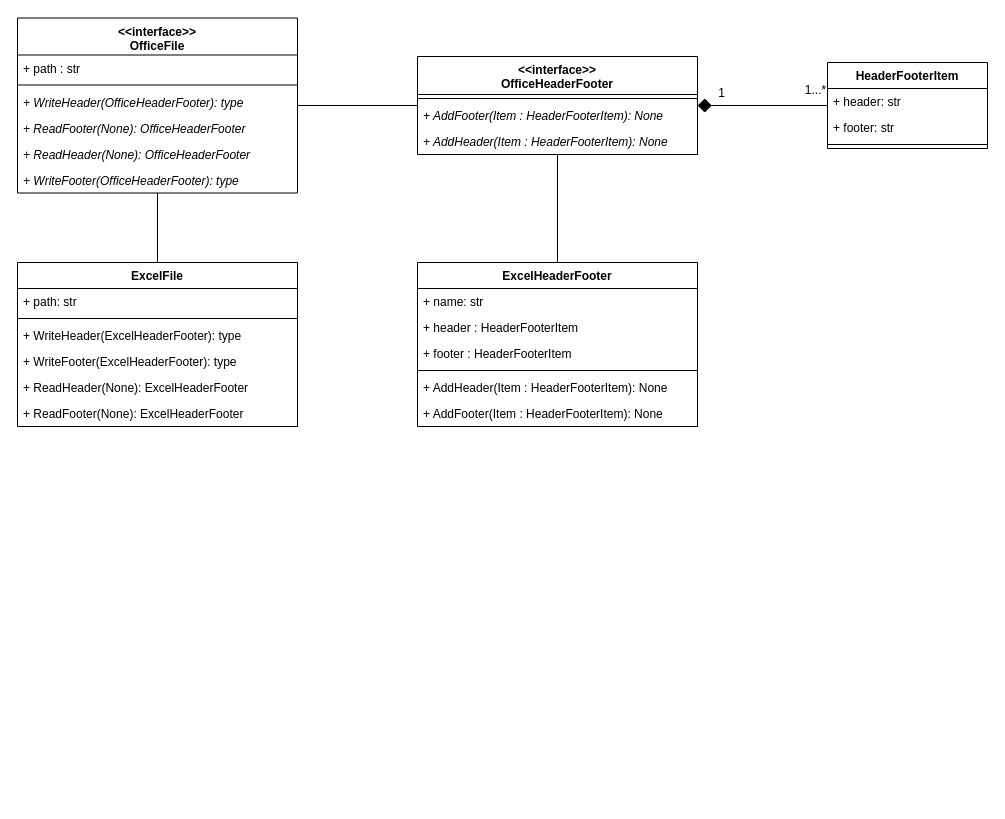
CountrySideEngineer/PythonDeOffice keeps this draw.io diagram as page "Class diagram2" (3 of 3) of doc/design/design.drawio. Above is the earlier version. Source tidied: cells renumbered, new cells numbered last; positions are measured from the earlier drawing's top-left corner, leaving out a move shared by most shapes. Both pictures are drawn from the tidied source at 100%, with x=0, y=0 at pixel (17, 18).
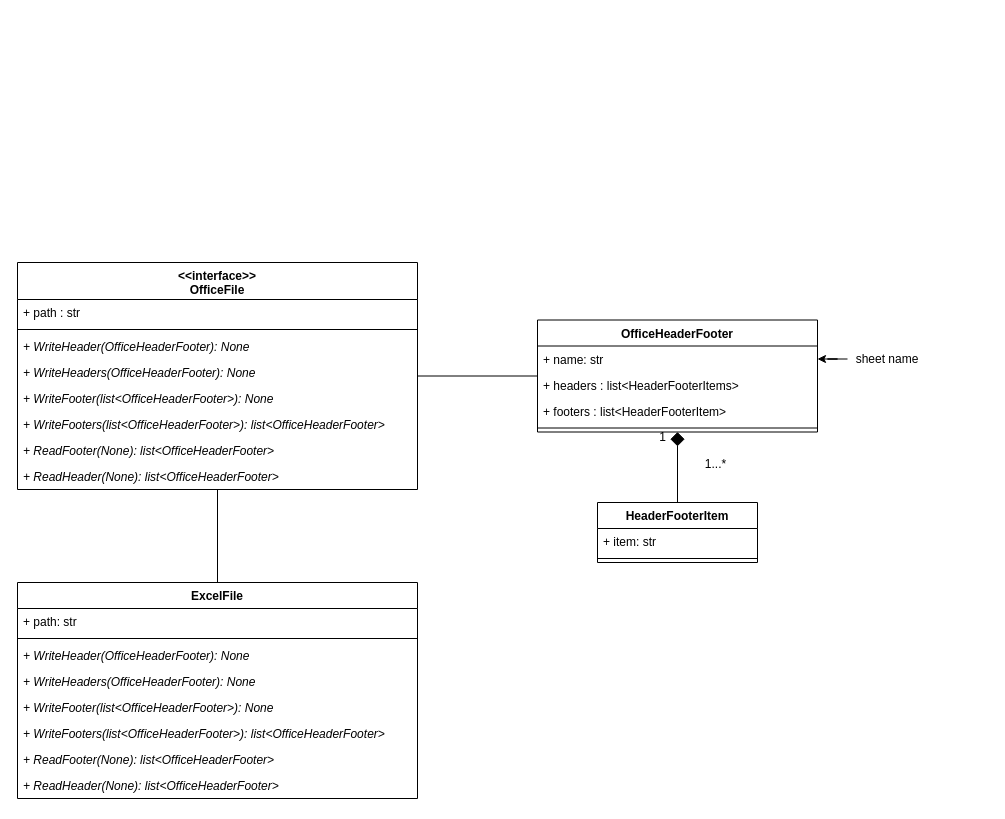
The same diagram, later.

The change refers to these unchanged cells:
```xml
<mxCell id="15" value="+ name: str" style="text;strokeColor=none;fillColor=none;align=left;verticalAlign=top;spacingLeft=4;spacingRight=4;overflow=hidden;points=[[0,0.5],[1,0.5]];portConstraint=eastwest;" parent="14" vertex="1">
  <mxGeometry y="26" width="280" height="26" as="geometry" />
</mxCell>
```

What changed in the source:
```diff
@@
     <mxCell id="3" value="ExcelFile" style="swimlane;fontStyle=1;align=center;verticalAlign=top;horizontal=1;startSize=26;" parent="1" vertex="1">
-      <mxGeometry y="244" width="280" height="164" as="geometry" />
+      <mxGeometry y="564" width="400" height="216" as="geometry" />
     </mxCell>
     <mxCell id="4" value="+ path: str" style="text;strokeColor=none;fillColor=none;align=left;verticalAlign=top;spacingLeft=4;spacingRight=4;overflow=hidden;" parent="3" vertex="1">
-      <mxGeometry y="26" width="280" height="26" as="geometry" />
+      <mxGeometry y="26" width="400" height="26" as="geometry" />
     </mxCell>
-    <mxCell id="5" style="line;strokeWidth=1;fillColor=none;align=left;verticalAlign=middle;spacingTop=-1;spacingLeft=3;spacingRight=3;labelPosition=right;" parent="3" vertex="1">
-      <mxGeometry y="52" width="280" height="8" as="geometry" />
-    </mxCell>
-    <mxCell id="6" value="+ WriteHeader(ExcelHeaderFooter): type" style="text;strokeColor=none;fillColor=none;align=left;verticalAlign=top;spacingLeft=4;spacingRight=4;overflow=hidden;" parent="3" vertex="1">
-      <mxGeometry y="60" width="280" height="26" as="geometry" />
-    </mxCell>
-    <mxCell id="7" value="+ WriteFooter(ExcelHeaderFooter): type" style="text;strokeColor=none;fillColor=none;align=left;verticalAlign=top;spacingLeft=4;spacingRight=4;overflow=hidden;" parent="3" vertex="1">
-      <mxGeometry y="86" width="280" height="26" as="geometry" />
-    </mxCell>
-    <mxCell id="8" value="+ ReadHeader(None): ExcelHeaderFooter" style="text;strokeColor=none;fillColor=none;align=left;verticalAlign=top;spacingLeft=4;spacingRight=4;overflow=hidden;" parent="3" vertex="1">
-      <mxGeometry y="112" width="280" height="26" as="geometry" />
-    </mxCell>
-    <mxCell id="9" value="+ ReadFooter(None): ExcelHeaderFooter" style="text;strokeColor=none;fillColor=none;align=left;verticalAlign=top;spacingLeft=4;spacingRight=4;overflow=hidden;" parent="3" vertex="1">
-      <mxGeometry y="138" width="280" height="26" as="geometry" />
-    </mxCell>
+    <mxCell id="37" style="line;strokeWidth=1;fillColor=none;align=left;verticalAlign=middle;spacingTop=-1;spacingLeft=3;spacingRight=3;labelPosition=right;" parent="3" vertex="1">
+      <mxGeometry y="52" width="400" height="8" as="geometry" />
+    </mxCell>
+    <mxCell id="38" value="+ WriteHeader(OfficeHeaderFooter): None" style="text;strokeColor=none;fillColor=none;align=left;verticalAlign=top;spacingLeft=4;spacingRight=4;overflow=hidden;fontStyle=2;" parent="3" vertex="1">
+      <mxGeometry y="60" width="400" height="26" as="geometry" />
+    </mxCell>
+    <mxCell id="39" value="+ WriteHeaders(OfficeHeaderFooter): None" style="text;strokeColor=none;fillColor=none;align=left;verticalAlign=top;spacingLeft=4;spacingRight=4;overflow=hidden;fontStyle=2;" parent="3" vertex="1">
+      <mxGeometry y="86" width="400" height="26" as="geometry" />
+    </mxCell>
+    <mxCell id="40" value="+ WriteFooter(list&lt;OfficeHeaderFooter&gt;): None" style="text;strokeColor=none;fillColor=none;align=left;verticalAlign=top;spacingLeft=4;spacingRight=4;overflow=hidden;fontStyle=2;" parent="3" vertex="1">
+      <mxGeometry y="112" width="400" height="26" as="geometry" />
+    </mxCell>
+    <mxCell id="41" value="+ WriteFooters(list&lt;OfficeHeaderFooter&gt;): list&lt;OfficeHeaderFooter&gt;" style="text;strokeColor=none;fillColor=none;align=left;verticalAlign=top;spacingLeft=4;spacingRight=4;overflow=hidden;fontStyle=2;" parent="3" vertex="1">
+      <mxGeometry y="138" width="400" height="26" as="geometry" />
+    </mxCell>
+    <mxCell id="42" value="+ ReadFooter(None): list&lt;OfficeHeaderFooter&gt;" style="text;strokeColor=none;fillColor=none;align=left;verticalAlign=top;spacingLeft=4;spacingRight=4;overflow=hidden;fontStyle=2;" parent="3" vertex="1">
+      <mxGeometry y="164" width="400" height="26" as="geometry" />
+    </mxCell>
+    <mxCell id="43" value="+ ReadHeader(None): list&lt;OfficeHeaderFooter&gt;" style="text;strokeColor=none;fillColor=none;align=left;verticalAlign=top;spacingLeft=4;spacingRight=4;overflow=hidden;fontStyle=2;" parent="3" vertex="1">
+      <mxGeometry y="190" width="400" height="26" as="geometry" />
+    </mxCell>
-    <mxCell id="10" style="edgeStyle=none;rounded=0;jettySize=auto;html=1;startArrow=diamond;startFill=1;startSize=12;endArrow=none;endFill=0;endSize=6;" parent="1" edge="1" source="33" target="21">
+    <mxCell id="10" style="edgeStyle=none;rounded=0;jettySize=auto;html=1;startArrow=diamond;startFill=1;startSize=12;endArrow=none;endFill=0;endSize=6;" parent="1" edge="1" source="14" target="21">
       <mxGeometry relative="1" as="geometry" />
     </mxCell>
@@
-    <mxCell id="13" style="edgeStyle=none;rounded=0;jettySize=auto;html=1;startArrow=none;startFill=0;startSize=12;endArrow=none;endFill=0;endSize=6;" parent="1" edge="1" source="14" target="33">
+    <mxCell id="13" style="edgeStyle=none;rounded=0;jettySize=auto;html=1;startArrow=none;startFill=0;startSize=12;endArrow=none;endFill=0;endSize=6;" parent="1" edge="1" source="14" target="26">
       <mxGeometry relative="1" as="geometry" />
     </mxCell>
-    <mxCell id="14" value="ExcelHeaderFooter" style="swimlane;fontStyle=1;align=center;verticalAlign=top;horizontal=1;startSize=26;" parent="1" vertex="1">
-      <mxGeometry x="400" y="244" width="280" height="164" as="geometry" />
+    <mxCell id="14" value="OfficeHeaderFooter" style="swimlane;fontStyle=1;align=center;verticalAlign=top;horizontal=1;startSize=26;" parent="1" vertex="1">
+      <mxGeometry x="520" y="301.5" width="280" height="112" as="geometry" />
     </mxCell>
@@
-    <mxCell id="16" value="+ header : HeaderFooterItem" style="text;strokeColor=none;fillColor=none;align=left;verticalAlign=top;spacingLeft=4;spacingRight=4;overflow=hidden;" parent="14" vertex="1">
+    <mxCell id="16" value="+ headers : list&lt;HeaderFooterItems&gt;" style="text;strokeColor=none;fillColor=none;align=left;verticalAlign=top;spacingLeft=4;spacingRight=4;overflow=hidden;" parent="14" vertex="1">
       <mxGeometry y="52" width="280" height="26" as="geometry" />
     </mxCell>
-    <mxCell id="17" value="+ footer : HeaderFooterItem" style="text;strokeColor=none;fillColor=none;align=left;verticalAlign=top;spacingLeft=4;spacingRight=4;overflow=hidden;" parent="14" vertex="1">
+    <mxCell id="17" value="+ footers : list&lt;HeaderFooterItem&gt;" style="text;strokeColor=none;fillColor=none;align=left;verticalAlign=top;spacingLeft=4;spacingRight=4;overflow=hidden;" parent="14" vertex="1">
       <mxGeometry y="78" width="280" height="26" as="geometry" />
     </mxCell>
@@
-    <mxCell id="19" value="+ AddHeader(Item : HeaderFooterItem): None" style="text;strokeColor=none;fillColor=none;align=left;verticalAlign=top;spacingLeft=4;spacingRight=4;overflow=hidden;" parent="14" vertex="1">
-      <mxGeometry y="112" width="280" height="26" as="geometry" />
-    </mxCell>
-    <mxCell id="20" value="+ AddFooter(Item : HeaderFooterItem): None" style="text;strokeColor=none;fillColor=none;align=left;verticalAlign=top;spacingLeft=4;spacingRight=4;overflow=hidden;" parent="14" vertex="1">
-      <mxGeometry y="138" width="280" height="26" as="geometry" />
-    </mxCell>
     <mxCell id="21" value="HeaderFooterItem" style="swimlane;fontStyle=1;align=center;verticalAlign=top;horizontal=1;startSize=26;" parent="1" vertex="1">
-      <mxGeometry x="810" y="44" width="160" height="86" as="geometry" />
+      <mxGeometry x="580" y="484" width="160" height="60" as="geometry" />
     </mxCell>
-    <mxCell id="22" value="+ header: str" style="text;strokeColor=none;fillColor=none;align=left;verticalAlign=top;spacingLeft=4;spacingRight=4;overflow=hidden;" parent="21" vertex="1">
-      <mxGeometry y="26" width="160" height="26" as="geometry" />
-    </mxCell>
-    <mxCell id="23" value="+ footer: str" style="text;strokeColor=none;fillColor=none;align=left;verticalAlign=top;spacingLeft=4;spacingRight=4;overflow=hidden;" parent="21" vertex="1">
-      <mxGeometry y="52" width="160" height="26" as="geometry" />
+    <mxCell id="23" value="+ item: str" style="text;strokeColor=none;fillColor=none;align=left;verticalAlign=top;spacingLeft=4;spacingRight=4;overflow=hidden;" parent="21" vertex="1">
+      <mxGeometry y="26" width="160" height="26" as="geometry" />
     </mxCell>
     <mxCell id="24" style="line;strokeWidth=1;fillColor=none;align=left;verticalAlign=middle;spacingTop=-1;spacingLeft=3;spacingRight=3;labelPosition=right;" parent="21" vertex="1">
-      <mxGeometry y="78" width="160" height="8" as="geometry" />
+      <mxGeometry y="52" width="160" height="8" as="geometry" />
     </mxCell>
-    <mxCell id="25" style="edgeStyle=none;rounded=0;jettySize=auto;html=1;startArrow=none;startFill=0;startSize=12;endArrow=none;endFill=0;endSize=6;" parent="1" edge="1" source="26" target="33">
-      <mxGeometry relative="1" as="geometry" />
-    </mxCell>
     <mxCell id="26" value="&lt;&lt;interface&gt;&gt;&#10;OfficeFile" style="swimlane;fontStyle=1;align=center;verticalAlign=top;horizontal=1;startSize=37;" parent="1" vertex="1">
-      <mxGeometry y="-0.5" width="280" height="175" as="geometry" />
+      <mxGeometry y="244" width="400" height="227" as="geometry" />
     </mxCell>
     <mxCell id="27" value="+ path : str" style="text;strokeColor=none;fillColor=none;align=left;verticalAlign=top;spacingLeft=4;spacingRight=4;overflow=hidden;" parent="26" vertex="1">
-      <mxGeometry y="37" width="280" height="26" as="geometry" />
+      <mxGeometry y="37" width="400" height="26" as="geometry" />
     </mxCell>
     <mxCell id="28" style="line;strokeWidth=1;fillColor=none;align=left;verticalAlign=middle;spacingTop=-1;spacingLeft=3;spacingRight=3;labelPosition=right;" parent="26" vertex="1">
-      <mxGeometry y="63" width="280" height="8" as="geometry" />
+      <mxGeometry y="63" width="400" height="8" as="geometry" />
     </mxCell>
-    <mxCell id="29" value="+ WriteHeader(OfficeHeaderFooter): type" style="text;strokeColor=none;fillColor=none;align=left;verticalAlign=top;spacingLeft=4;spacingRight=4;overflow=hidden;fontStyle=2;" parent="26" vertex="1">
-      <mxGeometry y="71" width="280" height="26" as="geometry" />
+    <mxCell id="29" value="+ WriteHeader(OfficeHeaderFooter): None" style="text;strokeColor=none;fillColor=none;align=left;verticalAlign=top;spacingLeft=4;spacingRight=4;overflow=hidden;fontStyle=2;" parent="26" vertex="1">
+      <mxGeometry y="71" width="400" height="26" as="geometry" />
     </mxCell>
+    <mxCell id="44" value="+ WriteHeaders(OfficeHeaderFooter): None" style="text;strokeColor=none;fillColor=none;align=left;verticalAlign=top;spacingLeft=4;spacingRight=4;overflow=hidden;fontStyle=2;" parent="26" vertex="1">
+      <mxGeometry y="97" width="400" height="26" as="geometry" />
+    </mxCell>
+    <mxCell id="32" value="+ WriteFooter(list&lt;OfficeHeaderFooter&gt;): None" style="text;strokeColor=none;fillColor=none;align=left;verticalAlign=top;spacingLeft=4;spacingRight=4;overflow=hidden;fontStyle=2;" parent="26" vertex="1">
+      <mxGeometry y="123" width="400" height="26" as="geometry" />
+    </mxCell>
+    <mxCell id="45" value="+ WriteFooters(list&lt;OfficeHeaderFooter&gt;): list&lt;OfficeHeaderFooter&gt;" style="text;strokeColor=none;fillColor=none;align=left;verticalAlign=top;spacingLeft=4;spacingRight=4;overflow=hidden;fontStyle=2;" parent="26" vertex="1">
+      <mxGeometry y="149" width="400" height="26" as="geometry" />
+    </mxCell>
-    <mxCell id="30" value="+ ReadFooter(None): OfficeHeaderFooter" style="text;strokeColor=none;fillColor=none;align=left;verticalAlign=top;spacingLeft=4;spacingRight=4;overflow=hidden;fontStyle=2;" parent="26" vertex="1">
-      <mxGeometry y="97" width="280" height="26" as="geometry" />
+    <mxCell id="30" value="+ ReadFooter(None): list&lt;OfficeHeaderFooter&gt;" style="text;strokeColor=none;fillColor=none;align=left;verticalAlign=top;spacingLeft=4;spacingRight=4;overflow=hidden;fontStyle=2;" parent="26" vertex="1">
+      <mxGeometry y="175" width="400" height="26" as="geometry" />
     </mxCell>
-    <mxCell id="31" value="+ ReadHeader(None): OfficeHeaderFooter" style="text;strokeColor=none;fillColor=none;align=left;verticalAlign=top;spacingLeft=4;spacingRight=4;overflow=hidden;fontStyle=2;" parent="26" vertex="1">
-      <mxGeometry y="123" width="280" height="26" as="geometry" />
+    <mxCell id="31" value="+ ReadHeader(None): list&lt;OfficeHeaderFooter&gt;" style="text;strokeColor=none;fillColor=none;align=left;verticalAlign=top;spacingLeft=4;spacingRight=4;overflow=hidden;fontStyle=2;" parent="26" vertex="1">
+      <mxGeometry y="201" width="400" height="26" as="geometry" />
     </mxCell>
-    <mxCell id="32" value="+ WriteFooter(OfficeHeaderFooter): type" style="text;strokeColor=none;fillColor=none;align=left;verticalAlign=top;spacingLeft=4;spacingRight=4;overflow=hidden;fontStyle=2;" parent="26" vertex="1">
-      <mxGeometry y="149" width="280" height="26" as="geometry" />
-    </mxCell>
-    <mxCell id="33" value="&lt;&lt;interface&gt;&gt;&#10;OfficeHeaderFooter" style="swimlane;fontStyle=1;align=center;verticalAlign=top;horizontal=1;startSize=38;" parent="1" vertex="1">
-      <mxGeometry x="400" y="38" width="280" height="98" as="geometry" />
-    </mxCell>
-    <mxCell id="34" style="line;strokeWidth=1;fillColor=none;align=left;verticalAlign=middle;spacingTop=-1;spacingLeft=3;spacingRight=3;labelPosition=right;" parent="33" vertex="1">
-      <mxGeometry y="38" width="280" height="8" as="geometry" />
-    </mxCell>
-    <mxCell id="35" value="+ AddFooter(Item : HeaderFooterItem): None" style="text;strokeColor=none;fillColor=none;align=left;verticalAlign=top;spacingLeft=4;spacingRight=4;overflow=hidden;fontStyle=2;" parent="33" vertex="1">
-      <mxGeometry y="46" width="280" height="26" as="geometry" />
-    </mxCell>
-    <mxCell id="36" value="+ AddHeader(Item : HeaderFooterItem): None" style="text;strokeColor=none;fillColor=none;align=left;verticalAlign=top;spacingLeft=4;spacingRight=4;overflow=hidden;fontStyle=2;" parent="33" vertex="1">
-      <mxGeometry y="72" width="280" height="26" as="geometry" />
-    </mxCell>
+    <mxCell id="46" style="edgeStyle=orthogonalEdgeStyle;rounded=0;jettySize=auto;html=1;" parent="1" edge="1" source="47" target="15">
+      <mxGeometry relative="1" as="geometry" />
+    </mxCell>
+    <mxCell id="47" value="sheet name" style="text;html=1;strokeColor=none;fillColor=none;align=center;verticalAlign=middle;whiteSpace=wrap;rounded=0;" parent="1" vertex="1">
+      <mxGeometry x="830" y="330.5" width="80" height="20" as="geometry" />
+    </mxCell>
```
